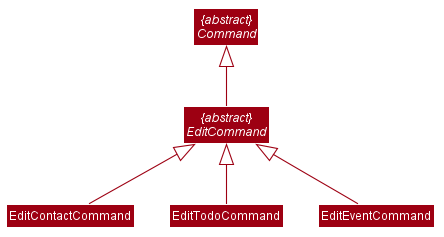
Earlier version of the PlantUML export docs/images/editTask/CommandClassDiagram.png (urieltan/tp).
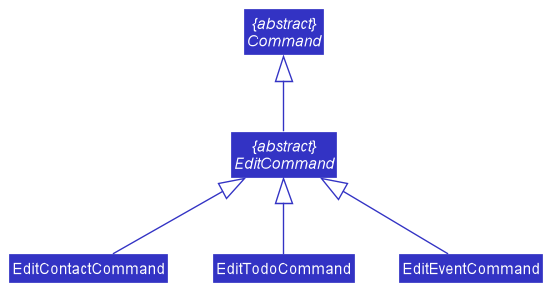
The same diagram one commit later.

The edit, as a diff of the source:
```diff
@@ -1,55 +1,9 @@
 @startuml
-
-
-
-
-
-
-
-
-skinparam BackgroundColor #FFFFFFF
-
-skinparam Shadowing false
-
-skinparam Class {
-    FontColor #FFFFFF
-    BorderThickness 1
-    BorderColor #FFFFFF
-    StereotypeFontColor #FFFFFF
-    FontName Arial
-}
-
-skinparam Actor {
-    BorderColor #000000
-    Color #000000
-    FontName Arial
-}
-
-skinparam Sequence {
-    MessageAlign center
-    BoxFontSize 15
-    BoxPadding 0
-    BoxFontColor #FFFFFF
-    FontName Arial
-}
-
-skinparam Participant {
-    FontColor #FFFFFFF
-    Padding 20
-}
-
-skinparam MinClassWidth 50
-skinparam ParticipantPadding 10
-skinparam Shadowing false
-skinparam DefaultTextAlignment center
-skinparam packageStyle Rectangle
-
-hide footbox
-hide members
-hide circle
+!include style.puml
 skinparam arrowThickness 1.1
-skinparam arrowColor #9D0012
-skinparam classBackgroundColor #9D0012
+skinparam arrowColor LOGIC_COLOR
+skinparam classBackgroundColor LOGIC_COLOR
+!define ABSTRACT &#123;abstract&#125;
 
 abstract class "{abstract}\nCommand"
 abstract class "{abstract}\nEditCommand"
```
